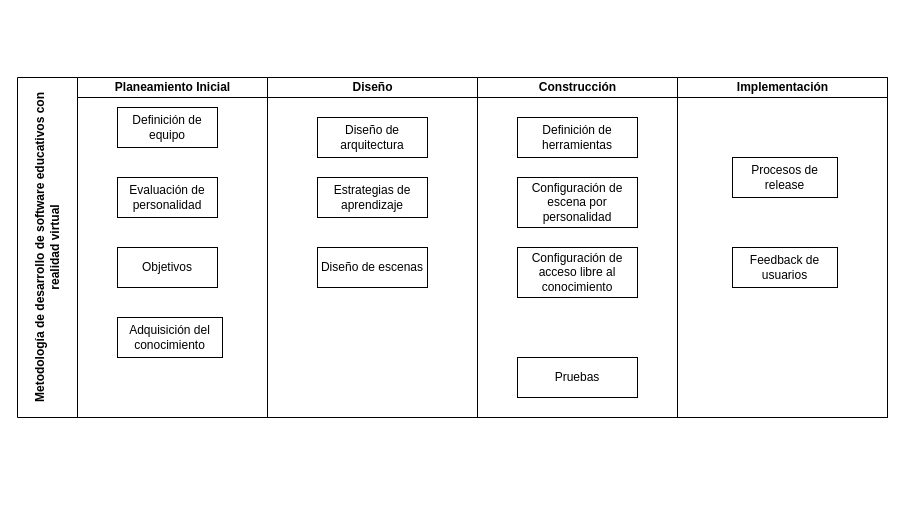
Above: Metodología.drawio in AlexisHolyoak/tesis-unmsm-master-degree (draw.io), before the change. Source tidied: cells renumbered, new cells numbered last; positions are measured from the earlier drawing's top-left corner, leaving out a move shared by most shapes. Both pictures are drawn from the tidied source at 100%, with x=0, y=0 at pixel (17, 77).
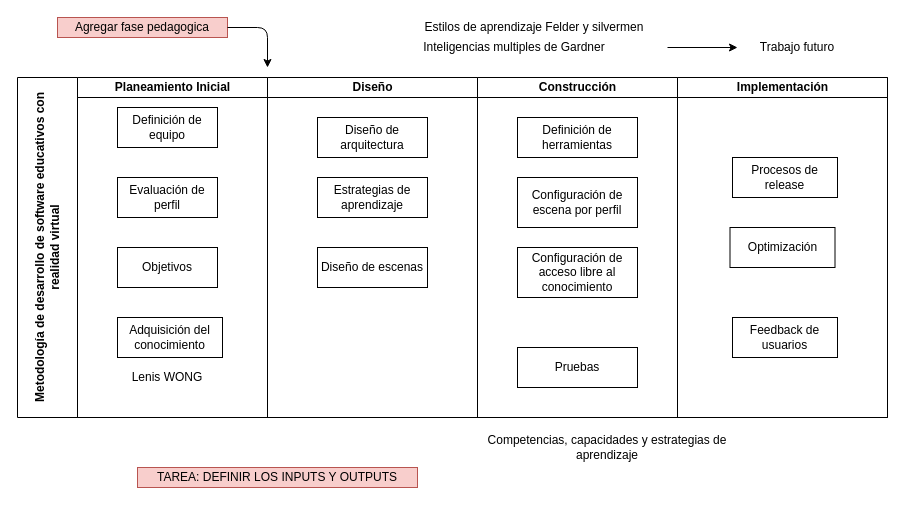
After the change.

Unchanged cells that the change refers to:
```xml
<mxCell id="3" value="Planeamiento Inicial" style="swimlane;html=1;startSize=20;" parent="2" vertex="1">
  <mxGeometry x="60" width="190" height="340" as="geometry" />
</mxCell>
<mxCell id="12" value="Construcción" style="swimlane;html=1;startSize=20;" parent="2" vertex="1">
  <mxGeometry x="460" width="200" height="340" as="geometry" />
</mxCell>
<mxCell id="17" value="Implementación" style="swimlane;html=1;startSize=20;" parent="2" vertex="1">
  <mxGeometry x="660" width="210" height="340" as="geometry" />
</mxCell>
```

The edit, as a diff of the source:
```diff
@@
-    <mxCell id="4" value="Evaluación de personalidad" style="rounded=0;whiteSpace=wrap;html=1;" parent="3" vertex="1">
+    <mxCell id="4" value="Evaluación de perfil" style="rounded=0;whiteSpace=wrap;html=1;" parent="3" vertex="1">
       <mxGeometry x="40" y="100" width="100" height="40" as="geometry" />
     </mxCell>
@@
+    <mxCell id="20" value="Lenis WONG" style="text;html=1;strokeColor=none;fillColor=none;align=center;verticalAlign=middle;whiteSpace=wrap;rounded=0;" parent="3" vertex="1">
+      <mxGeometry x="45" y="290" width="90" height="20" as="geometry" />
+    </mxCell>
@@
     <mxCell id="15" value="Pruebas" style="rounded=0;whiteSpace=wrap;html=1;" parent="12" vertex="1">
-      <mxGeometry x="40" y="280" width="120" height="40" as="geometry" />
+      <mxGeometry x="40" y="270" width="120" height="40" as="geometry" />
     </mxCell>
-    <mxCell id="16" value="Configuración de escena por personalidad" style="rounded=0;whiteSpace=wrap;html=1;" parent="12" vertex="1">
+    <mxCell id="16" value="Configuración de escena por perfil" style="rounded=0;whiteSpace=wrap;html=1;" parent="12" vertex="1">
       <mxGeometry x="40" y="100" width="120" height="50" as="geometry" />
     </mxCell>
@@
     <mxCell id="18" value="Feedback de usuarios" style="rounded=0;whiteSpace=wrap;html=1;" parent="17" vertex="1">
-      <mxGeometry x="55" y="170" width="105" height="40" as="geometry" />
+      <mxGeometry x="55" y="240" width="105" height="40" as="geometry" />
     </mxCell>
@@
+    <mxCell id="21" value="Optimización" style="rounded=0;whiteSpace=wrap;html=1;" parent="17" vertex="1">
+      <mxGeometry x="52.5" y="150" width="105" height="40" as="geometry" />
+    </mxCell>
+    <mxCell id="22" value="Estilos de aprendizaje Felder y silvermen" style="text;html=1;strokeColor=none;fillColor=none;align=center;verticalAlign=middle;whiteSpace=wrap;rounded=0;" parent="1" vertex="1">
+      <mxGeometry x="374" y="-60" width="286" height="20" as="geometry" />
+    </mxCell>
+    <mxCell id="23" value="Inteligencias multiples de Gardner" style="text;html=1;strokeColor=none;fillColor=none;align=center;verticalAlign=middle;whiteSpace=wrap;rounded=0;" parent="1" vertex="1">
+      <mxGeometry x="374" y="-40" width="246" height="20" as="geometry" />
+    </mxCell>
+    <mxCell id="24" style="endArrow=classic;html=1;" parent="1" edge="1">
+      <mxGeometry relative="1" as="geometry">
+        <mxPoint x="650" y="-30" as="sourcePoint" />
+        <mxPoint x="720" y="-30" as="targetPoint" />
+      </mxGeometry>
+    </mxCell>
+    <mxCell id="25" value="Trabajo futuro" style="text;html=1;strokeColor=none;fillColor=none;align=center;verticalAlign=middle;whiteSpace=wrap;rounded=0;" parent="1" vertex="1">
+      <mxGeometry x="720" y="-40" width="120" height="20" as="geometry" />
+    </mxCell>
+    <mxCell id="26" value="Competencias, capacidades y estrategias de aprendizaje" style="text;html=1;strokeColor=none;fillColor=none;align=center;verticalAlign=middle;whiteSpace=wrap;rounded=0;" parent="1" vertex="1">
+      <mxGeometry x="440" y="360" width="300" height="20" as="geometry" />
+    </mxCell>
+    <mxCell id="27" value="Agregar fase pedagogica" style="text;html=1;strokeColor=#b85450;fillColor=#f8cecc;align=center;verticalAlign=middle;whiteSpace=wrap;rounded=0;" parent="1" vertex="1">
+      <mxGeometry x="40" y="-60" width="170" height="20" as="geometry" />
+    </mxCell>
+    <mxCell id="28" style="edgeStyle=segmentEdgeStyle;endArrow=classic;html=1;" parent="1" edge="1">
+      <mxGeometry relative="1" as="geometry">
+        <mxPoint x="210" y="-50" as="sourcePoint" />
+        <mxPoint x="250" y="-10" as="targetPoint" />
+      </mxGeometry>
+    </mxCell>
+    <mxCell id="29" value="TAREA: DEFINIR LOS INPUTS Y OUTPUTS" style="text;html=1;strokeColor=#b85450;fillColor=#f8cecc;align=center;verticalAlign=middle;whiteSpace=wrap;rounded=0;" parent="1" vertex="1">
+      <mxGeometry x="120" y="390" width="280" height="20" as="geometry" />
+    </mxCell>
```
